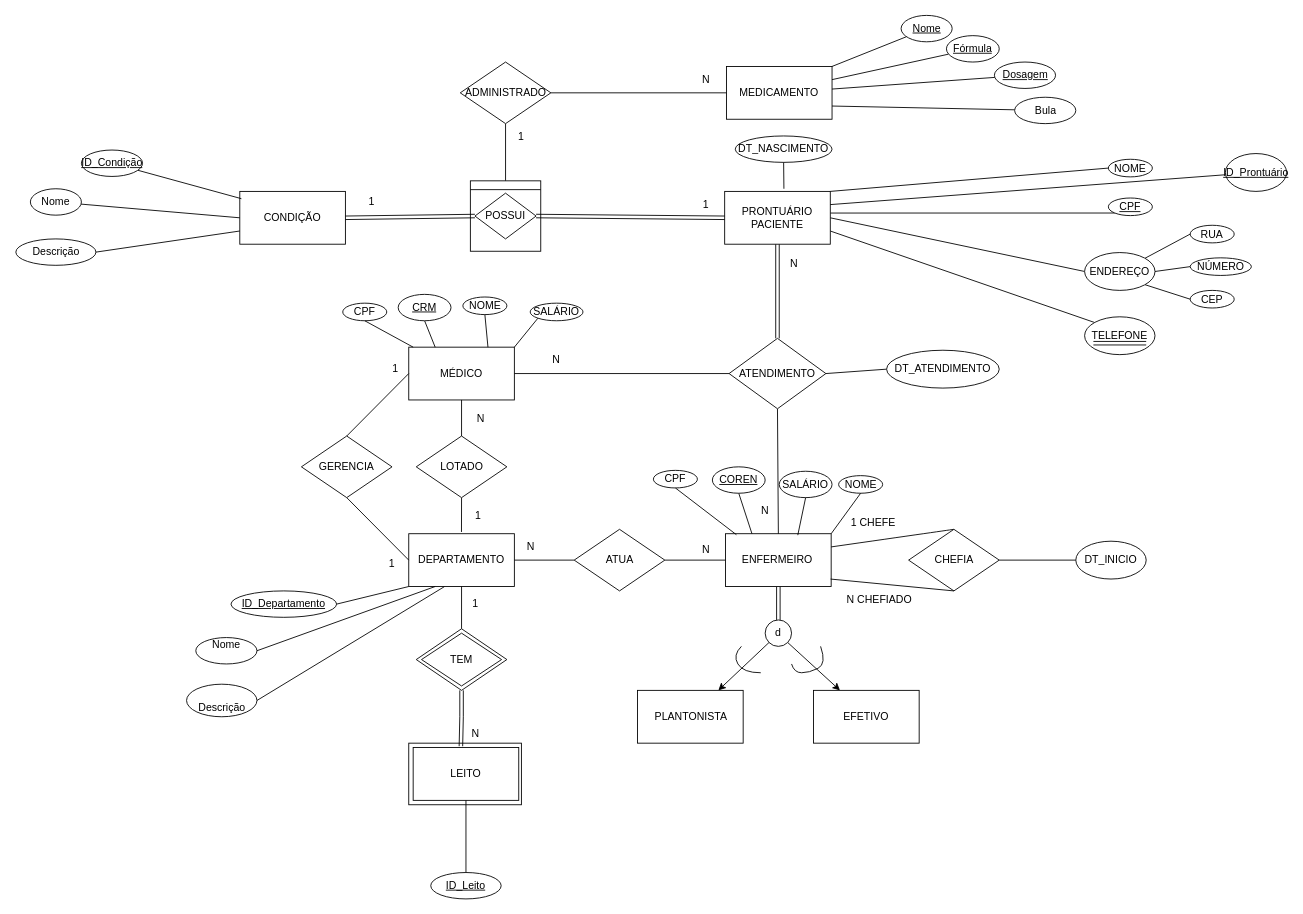
Earlier version of the draw.io diagram diagrama_atual.drawio (abouteito/CIN0019). Source tidied: cells renumbered, new cells numbered last; positions are measured from the earlier drawing's top-left corner, leaving out a move shared by most shapes. Both pictures are drawn from the tidied source at 88%, with x=0, y=0 at pixel (16, 15).
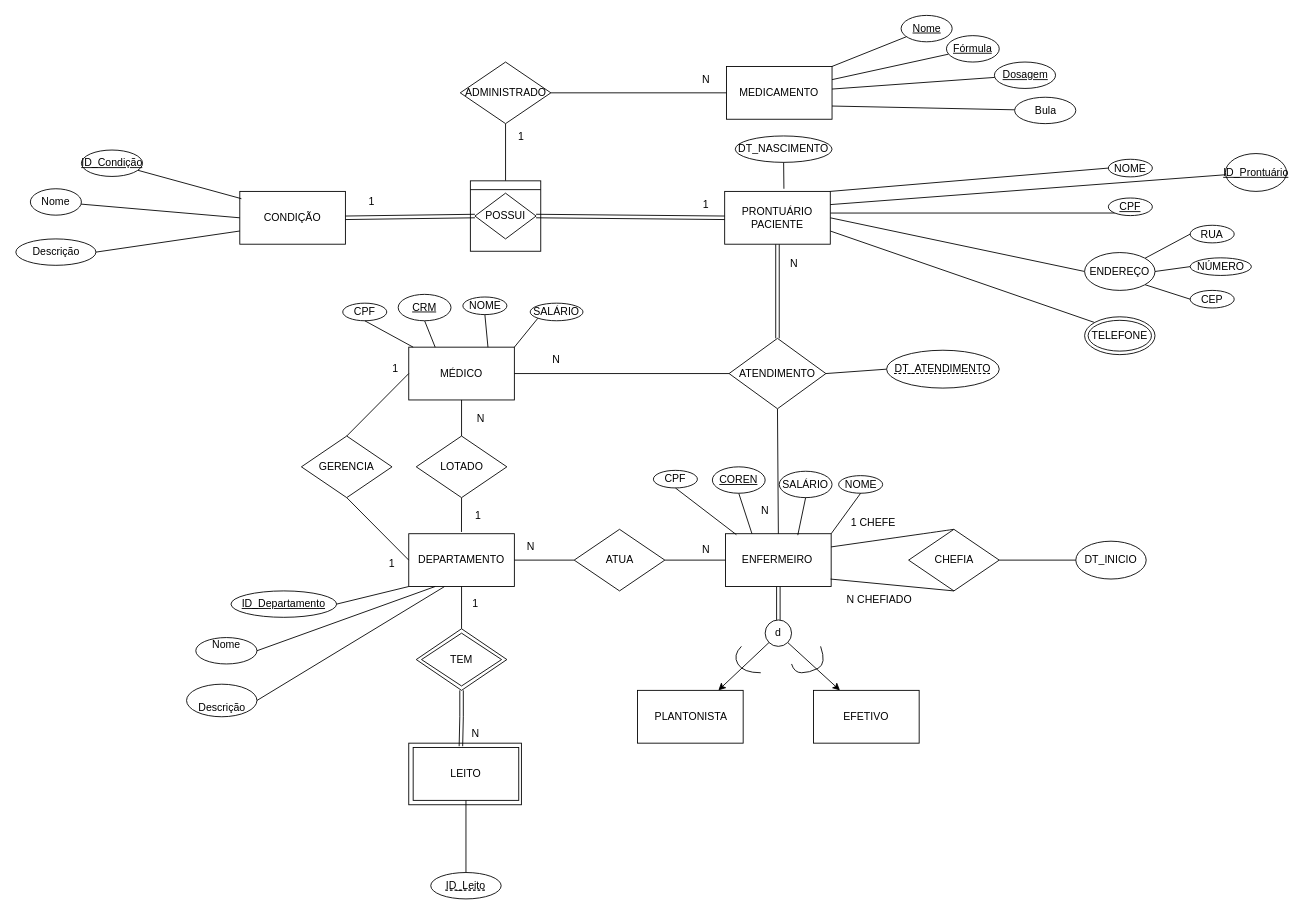
The same diagram, later.

Commit message (it also covers changes not shown here):
Atualiza diagrama ER — 2026-10-28

Diff of the diagram source:
```diff
@@
-    <mxCell id="85" value="TELEFONE" style="ellipse;whiteSpace=wrap;html=1;shapeInside=1;" parent="1" vertex="1">
+    <mxCell id="85" value="TELEFONE" style="shape=doubleEllipse;perimeter=ellipsePerimeter;whiteSpace=wrap;html=1;shapeInside=1;" parent="1" vertex="1">
       <mxGeometry x="1214" y="342.5" width="80" height="43" as="geometry" />
     </mxCell>
-    <mxCell id="86" style="endArrow=none;html=1;rounded=0;shape=link;" parent="1" edge="1">
-      <mxGeometry relative="1" as="geometry">
-        <mxPoint x="1224" y="372.5" as="sourcePoint" />
-        <mxPoint x="1284" y="372.5" as="targetPoint" />
-      </mxGeometry>
-    </mxCell>
-    <mxCell id="87" value="DT_ATENDIMENTO" style="ellipse;whiteSpace=wrap;html=1;shapeInside=1;" parent="1" vertex="1">
+    <mxCell id="87" value="&lt;span style=&quot;text-decoration: underline; text-decoration-style: dashed;&quot;&gt;DT_ATENDIMENTO&lt;/span&gt;" style="ellipse;whiteSpace=wrap;html=1;shapeInside=1;" parent="1" vertex="1">
       <mxGeometry x="989" y="380.5" width="128" height="43" as="geometry" />
     </mxCell>
@@
-    <mxCell id="116" value="&lt;u&gt;ID_Leito&lt;/u&gt;" style="ellipse;whiteSpace=wrap;html=1;shapeInside=1;" parent="1" vertex="1">
+    <mxCell id="116" value="&lt;span style=&quot;text-decoration: underline; text-decoration-style: dashed;&quot;&gt;ID_Leito&lt;/span&gt;" style="ellipse;whiteSpace=wrap;html=1;shapeInside=1;" parent="1" vertex="1">
       <mxGeometry x="471" y="974" width="80" height="30" as="geometry" />
     </mxCell>
```
